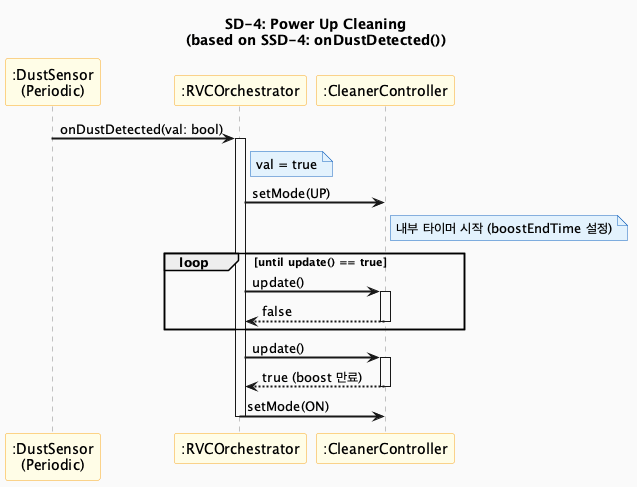
OOP-konkuk/CICD-Team7 keeps this PlantUML diagram as docs/vibe-coding/03-ood/images/SD4_PowerUpCleaning.png. Above is the earlier version.
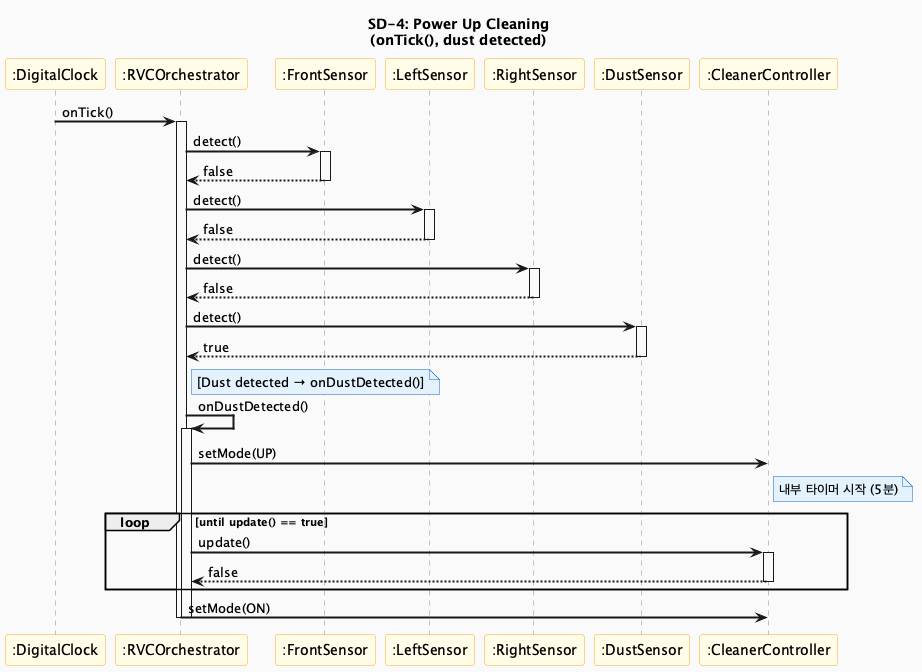
After the change.

Commit message:
refactor(ooa/ood/ooi): Change dust detection to polling in onTick() (Option A)

Change to the diagram source:
```diff
@@ -7,30 +7,46 @@
 skinparam noteBackgroundColor #E3F2FD
 skinparam noteBorderColor #1565C0
 
-title SD-4: Power Up Cleaning\n(based on SSD-4: onDustDetected())
+title SD-4: Power Up Cleaning\n(onTick(), dust detected)
 
-participant ":DustSensor\n(Periodic)" as DS
+participant ":DigitalClock" as Clock
 participant ":RVCOrchestrator" as Orch
+participant ":FrontSensor" as FS
+participant ":LeftSensor" as LS
+participant ":RightSensor" as RS
+participant ":DustSensor" as DS
 participant ":CleanerController" as Cleaner
 
-DS -> Orch : onDustDetected(val: bool)
+Clock -> Orch : onTick()
 activate Orch
-note right of Orch : val = true
+Orch -> FS : detect()
+activate FS
+FS --> Orch : false
+deactivate FS
+Orch -> LS : detect()
+activate LS
+LS --> Orch : false
+deactivate LS
+Orch -> RS : detect()
+activate RS
+RS --> Orch : false
+deactivate RS
+Orch -> DS : detect()
+activate DS
+DS --> Orch : true
+deactivate DS
+note right of Orch : [Dust detected → onDustDetected()]
+Orch -> Orch : onDustDetected()
+activate Orch
 Orch -> Cleaner : setMode(UP)
-note right of Cleaner : 내부 타이머 시작 (boostEndTime 설정)
-
+note right of Cleaner : 내부 타이머 시작 (5분)
 loop until update() == true
   Orch -> Cleaner : update()
   activate Cleaner
   Cleaner --> Orch : false
   deactivate Cleaner
 end
-
-Orch -> Cleaner : update()
-activate Cleaner
-Cleaner --> Orch : true (boost 만료)
-deactivate Cleaner
-
 Orch -> Cleaner : setMode(ON)
 deactivate Orch
+deactivate Orch
 @enduml
```
